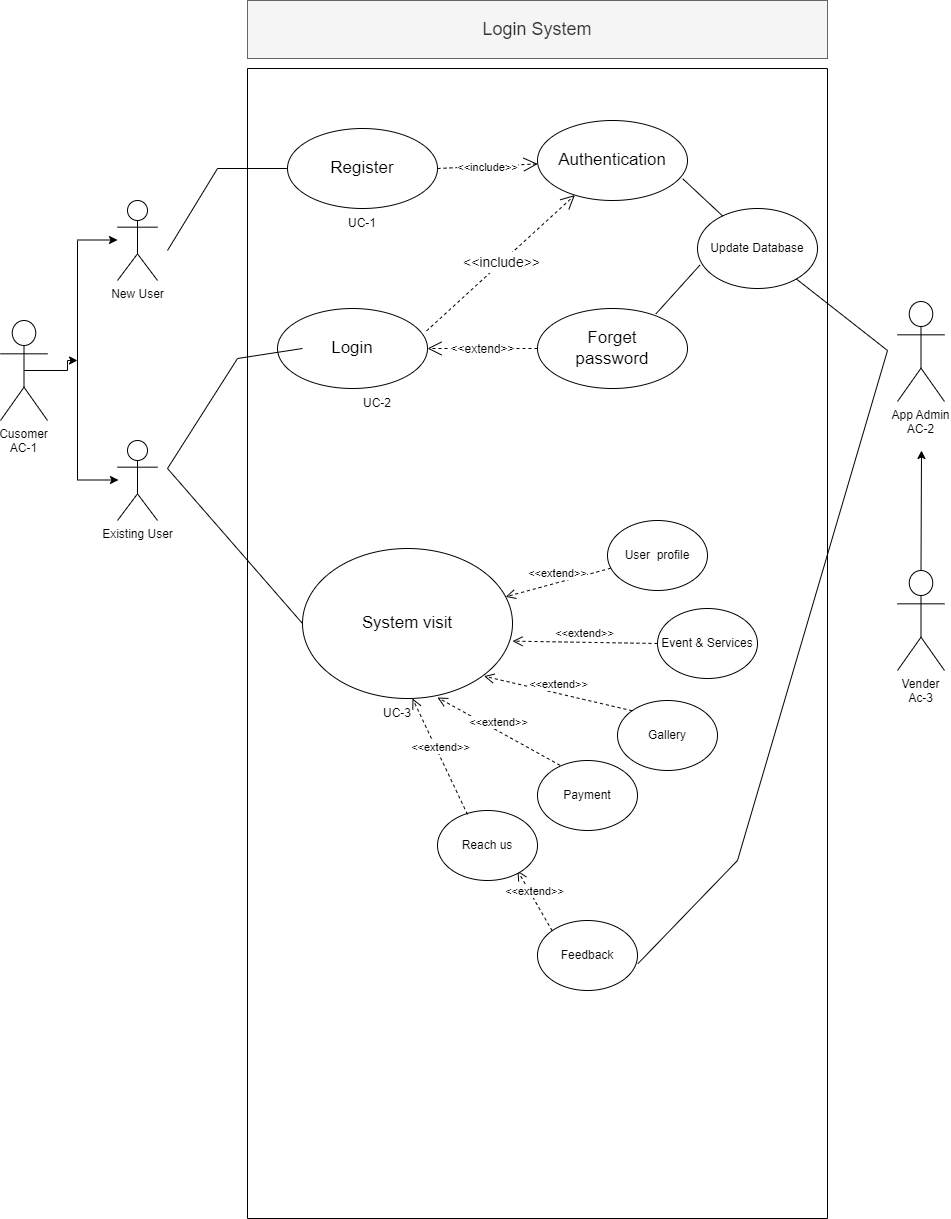
Above: Login_form.drawio.png in BhavishyaBhojwani/Event-Management-System (draw.io), before the change. Source tidied: cells renumbered, new cells last; positions are measured from the earlier drawing's top-left corner, leaving out a move shared by most shapes. Source of this version:
```xml
<mxGraphModel>
  <root>
    <mxCell id="0" />
    <mxCell id="1" parent="0" />
    <mxCell id="2" style="edgeStyle=orthogonalEdgeStyle;rounded=0;jettySize=auto;html=1;exitX=0.5;exitY=0.5;exitDx=0;exitDy=0;exitPerimeter=0;" parent="1" edge="1" source="3">
      <mxGeometry relative="1" as="geometry">
        <mxPoint x="77" y="360" as="targetPoint" />
      </mxGeometry>
    </mxCell>
    <mxCell id="3" value="Cusomer&#10;AC-1&#10;" style="shape=umlActor;verticalLabelPosition=bottom;verticalAlign=top;outlineConnect=0;" parent="1" vertex="1">
      <mxGeometry y="320" width="47" height="100" as="geometry" />
    </mxCell>
    <mxCell id="4" value="New User" style="shape=umlActor;verticalLabelPosition=bottom;verticalAlign=top;html=1;" parent="1" vertex="1">
      <mxGeometry x="117" y="200" width="40" height="80" as="geometry" />
    </mxCell>
    <mxCell id="5" value="Existing User" style="shape=umlActor;verticalLabelPosition=bottom;verticalAlign=top;html=1;" parent="1" vertex="1">
      <mxGeometry x="117" y="440" width="40" height="80" as="geometry" />
    </mxCell>
    <mxCell id="6" style="endArrow=none;html=1;rounded=0;" parent="1" edge="1">
      <mxGeometry relative="1" as="geometry">
        <mxPoint x="77" y="480" as="sourcePoint" />
        <mxPoint x="77" y="240" as="targetPoint" />
      </mxGeometry>
    </mxCell>
    <mxCell id="7" style="endArrow=classic;html=1;rounded=0;" parent="1" edge="1">
      <mxGeometry relative="1" as="geometry">
        <mxPoint x="77" y="239.5" as="sourcePoint" />
        <mxPoint x="117" y="239.5" as="targetPoint" />
      </mxGeometry>
    </mxCell>
    <mxCell id="8" style="endArrow=classic;html=1;rounded=0;" parent="1" edge="1">
      <mxGeometry relative="1" as="geometry">
        <mxPoint x="78" y="479.5" as="sourcePoint" />
        <mxPoint x="118" y="479.5" as="targetPoint" />
      </mxGeometry>
    </mxCell>
    <mxCell id="9" style="swimlane;whiteSpace=wrap;html=1;align=center;startSize=0;" parent="1" vertex="1">
      <mxGeometry x="247" y="68" width="580" height="1150" as="geometry" />
    </mxCell>
    <mxCell id="10" value="Register" style="ellipse;whiteSpace=wrap;html=1;fontSize=17;" parent="9" vertex="1">
      <mxGeometry x="40" y="60" width="150" height="80" as="geometry" />
    </mxCell>
    <mxCell id="11" value="Login" style="ellipse;whiteSpace=wrap;html=1;fontSize=17;" parent="9" vertex="1">
      <mxGeometry x="30" y="240" width="150" height="80" as="geometry" />
    </mxCell>
    <mxCell id="12" value="Authentication" style="ellipse;whiteSpace=wrap;html=1;fontSize=17;" parent="9" vertex="1">
      <mxGeometry x="290" y="52" width="150" height="80" as="geometry" />
    </mxCell>
    <mxCell id="13" value="Forget&lt;br&gt;password" style="ellipse;whiteSpace=wrap;html=1;fontSize=17;" parent="9" vertex="1">
      <mxGeometry x="290" y="240" width="150" height="80" as="geometry" />
    </mxCell>
    <mxCell id="14" value="&lt;font style=&quot;font-size: 14px;&quot;&gt;&amp;lt;&amp;lt;include&amp;gt;&amp;gt;&lt;/font&gt;" style="endArrow=open;endSize=12;dashed=1;html=1;rounded=0;fontSize=17;exitX=0.994;exitY=0.28;exitDx=0;exitDy=0;exitPerimeter=0;" parent="9" edge="1" source="11" target="12">
      <mxGeometry relative="1" as="geometry" />
    </mxCell>
    <mxCell id="15" value="&lt;font style=&quot;font-size: 11px;&quot;&gt;&amp;lt;&amp;lt;include&amp;gt;&amp;gt;&lt;/font&gt;" style="endArrow=open;endSize=12;dashed=1;html=1;rounded=0;fontSize=17;exitX=1;exitY=0.5;exitDx=0;exitDy=0;" parent="9" edge="1" source="10" target="12">
      <mxGeometry relative="1" as="geometry" />
    </mxCell>
    <mxCell id="16" value="&lt;font style=&quot;font-size: 12px;&quot;&gt;&amp;lt;&amp;lt;extend&amp;gt;&amp;gt;&lt;/font&gt;" style="endArrow=open;endSize=12;dashed=1;html=1;rounded=0;fontSize=17;entryX=1;entryY=0.5;entryDx=0;entryDy=0;exitX=0;exitY=0.5;exitDx=0;exitDy=0;" parent="9" edge="1" source="13" target="11">
      <mxGeometry relative="1" as="geometry" />
    </mxCell>
    <mxCell id="17" style="endArrow=none;html=1;rounded=0;fontSize=17;" parent="9" edge="1">
      <mxGeometry relative="1" as="geometry">
        <mxPoint x="-80" y="182" as="sourcePoint" />
        <mxPoint x="40" y="100" as="targetPoint" />
        <Array as="points">
          <mxPoint x="-30" y="100" />
        </Array>
      </mxGeometry>
    </mxCell>
    <mxCell id="18" style="endArrow=none;html=1;rounded=0;fontSize=17;exitX=0;exitY=0.5;exitDx=0;exitDy=0;" parent="9" edge="1" source="19">
      <mxGeometry relative="1" as="geometry">
        <mxPoint x="55" y="280" as="targetPoint" />
        <Array as="points">
          <mxPoint x="-80" y="400" />
          <mxPoint x="-10" y="290" />
        </Array>
      </mxGeometry>
    </mxCell>
    <mxCell id="19" value="System visit" style="ellipse;whiteSpace=wrap;html=1;fontSize=17;" parent="9" vertex="1">
      <mxGeometry x="55" y="480" width="210" height="150" as="geometry" />
    </mxCell>
    <mxCell id="20" style="endArrow=none;html=1;rounded=0;exitX=0;exitY=0.5;exitDx=0;exitDy=0;" parent="9" edge="1">
      <mxGeometry relative="1" as="geometry">
        <mxPoint x="56" y="555" as="sourcePoint" />
        <mxPoint x="56" y="555" as="targetPoint" />
      </mxGeometry>
    </mxCell>
    <mxCell id="21" value="&amp;lt;&amp;lt;extend&amp;gt;&amp;gt;" style="html=1;verticalAlign=bottom;endArrow=open;dashed=1;endSize=8;rounded=0;" parent="9" edge="1" source="22" target="19">
      <mxGeometry relative="1" as="geometry" />
    </mxCell>
    <mxCell id="22" value="User&amp;nbsp; profile" style="ellipse;whiteSpace=wrap;html=1;" parent="9" vertex="1">
      <mxGeometry x="360" y="452" width="100" height="70" as="geometry" />
    </mxCell>
    <mxCell id="23" value="Event &amp;amp; Services" style="ellipse;whiteSpace=wrap;html=1;" parent="9" vertex="1">
      <mxGeometry x="410" y="540" width="100" height="70" as="geometry" />
    </mxCell>
    <mxCell id="24" value="Gallery" style="ellipse;whiteSpace=wrap;html=1;" parent="9" vertex="1">
      <mxGeometry x="370" y="632" width="100" height="70" as="geometry" />
    </mxCell>
    <mxCell id="25" value="Payment" style="ellipse;whiteSpace=wrap;html=1;" parent="9" vertex="1">
      <mxGeometry x="290" y="692" width="100" height="70" as="geometry" />
    </mxCell>
    <mxCell id="26" value="&amp;lt;&amp;lt;extend&amp;gt;&amp;gt;" style="html=1;verticalAlign=bottom;endArrow=open;dashed=1;endSize=8;rounded=0;exitX=0;exitY=0.5;exitDx=0;exitDy=0;" parent="9" edge="1" source="23">
      <mxGeometry relative="1" as="geometry">
        <mxPoint x="265" y="572.6" as="targetPoint" />
      </mxGeometry>
    </mxCell>
    <mxCell id="27" value="&amp;lt;&amp;lt;extend&amp;gt;&amp;gt;" style="html=1;verticalAlign=bottom;endArrow=open;dashed=1;endSize=8;rounded=0;exitX=0;exitY=0;exitDx=0;exitDy=0;" parent="9" edge="1" source="24">
      <mxGeometry relative="1" as="geometry">
        <mxPoint x="236.5" y="607.6" as="targetPoint" />
      </mxGeometry>
    </mxCell>
    <mxCell id="28" value="&amp;lt;&amp;lt;extend&amp;gt;&amp;gt;" style="html=1;verticalAlign=bottom;endArrow=open;dashed=1;endSize=8;rounded=0;exitX=0.226;exitY=0.069;exitDx=0;exitDy=0;exitPerimeter=0;" parent="9" edge="1" source="25">
      <mxGeometry relative="1" as="geometry">
        <mxPoint x="190" y="629" as="targetPoint" />
      </mxGeometry>
    </mxCell>
    <mxCell id="29" value="Feedback" style="ellipse;whiteSpace=wrap;html=1;" parent="9" vertex="1">
      <mxGeometry x="290" y="852" width="100" height="70" as="geometry" />
    </mxCell>
    <mxCell id="30" value="&amp;lt;&amp;lt;extend&amp;gt;&amp;gt;" style="html=1;verticalAlign=bottom;endArrow=open;dashed=1;endSize=8;rounded=0;exitX=0;exitY=0;exitDx=0;exitDy=0;" parent="9" edge="1" source="29">
      <mxGeometry relative="1" as="geometry">
        <mxPoint x="270" y="802" as="targetPoint" />
      </mxGeometry>
    </mxCell>
    <mxCell id="31" value="UC-1" style="text;html=1;strokeColor=none;fillColor=none;align=center;verticalAlign=middle;whiteSpace=wrap;rounded=0;" parent="9" vertex="1">
      <mxGeometry x="85" y="140" width="60" height="30" as="geometry" />
    </mxCell>
    <mxCell id="32" value="UC-2" style="text;html=1;strokeColor=none;fillColor=none;align=center;verticalAlign=middle;whiteSpace=wrap;rounded=0;" parent="9" vertex="1">
      <mxGeometry x="100" y="320" width="60" height="30" as="geometry" />
    </mxCell>
    <mxCell id="33" value="UC-3" style="text;html=1;strokeColor=none;fillColor=none;align=center;verticalAlign=middle;whiteSpace=wrap;rounded=0;" parent="9" vertex="1">
      <mxGeometry x="120" y="630" width="60" height="30" as="geometry" />
    </mxCell>
    <mxCell id="34" value="Reach us" style="ellipse;whiteSpace=wrap;html=1;" parent="9" vertex="1">
      <mxGeometry x="190" y="742" width="100" height="70" as="geometry" />
    </mxCell>
    <mxCell id="35" value="&amp;lt;&amp;lt;extend&amp;gt;&amp;gt;" style="html=1;verticalAlign=bottom;endArrow=open;dashed=1;endSize=8;rounded=0;exitX=0.3;exitY=0.057;exitDx=0;exitDy=0;entryX=0.75;entryY=0;entryDx=0;entryDy=0;exitPerimeter=0;" parent="9" edge="1" source="34" target="33">
      <mxGeometry relative="1" as="geometry" />
    </mxCell>
    <mxCell id="36" value="Update Database" style="ellipse;whiteSpace=wrap;html=1;" parent="9" vertex="1">
      <mxGeometry x="450" y="140" width="120" height="80" as="geometry" />
    </mxCell>
    <mxCell id="37" style="endArrow=none;html=1;rounded=0;entryX=0.02;entryY=0.708;entryDx=0;entryDy=0;entryPerimeter=0;exitX=0.789;exitY=0.068;exitDx=0;exitDy=0;exitPerimeter=0;" parent="9" edge="1" source="13" target="36">
      <mxGeometry relative="1" as="geometry" />
    </mxCell>
    <mxCell id="38" style="endArrow=none;html=1;rounded=0;exitX=0.968;exitY=0.728;exitDx=0;exitDy=0;exitPerimeter=0;" parent="9" edge="1" source="12" target="36">
      <mxGeometry relative="1" as="geometry" />
    </mxCell>
    <mxCell id="39" value="App Admin&#10;AC-2" style="shape=umlActor;verticalLabelPosition=bottom;verticalAlign=top;" parent="1" vertex="1">
      <mxGeometry x="897" y="301" width="47" height="100" as="geometry" />
    </mxCell>
    <mxCell id="40" value="Vender&#10;Ac-3" style="shape=umlActor;verticalLabelPosition=bottom;verticalAlign=top;" parent="1" vertex="1">
      <mxGeometry x="897" y="570" width="47" height="100" as="geometry" />
    </mxCell>
    <mxCell id="41" style="endArrow=classic;html=1;rounded=0;exitX=0.5;exitY=0;exitDx=0;exitDy=0;exitPerimeter=0;" parent="1" edge="1">
      <mxGeometry relative="1" as="geometry">
        <mxPoint x="920.5" y="570" as="sourcePoint" />
        <mxPoint x="921" y="450" as="targetPoint" />
      </mxGeometry>
    </mxCell>
    <mxCell id="42" style="endArrow=none;html=1;rounded=0;exitX=1.004;exitY=0.617;exitDx=0;exitDy=0;exitPerimeter=0;" parent="1" edge="1" source="29">
      <mxGeometry relative="1" as="geometry">
        <mxPoint x="887" y="350" as="targetPoint" />
        <Array as="points">
          <mxPoint x="737" y="860" />
        </Array>
      </mxGeometry>
    </mxCell>
    <mxCell id="43" value="Login System" style="text;html=1;strokeColor=#666666;fillColor=#f5f5f5;align=center;verticalAlign=middle;whiteSpace=wrap;rounded=0;fontSize=18;fontColor=#333333;" parent="1" vertex="1">
      <mxGeometry x="247" width="580" height="58" as="geometry" />
    </mxCell>
    <mxCell id="44" style="endArrow=none;html=1;rounded=0;" parent="1" edge="1" source="36">
      <mxGeometry relative="1" as="geometry">
        <mxPoint x="887" y="350" as="targetPoint" />
      </mxGeometry>
    </mxCell>
  </root>
</mxGraphModel>
```
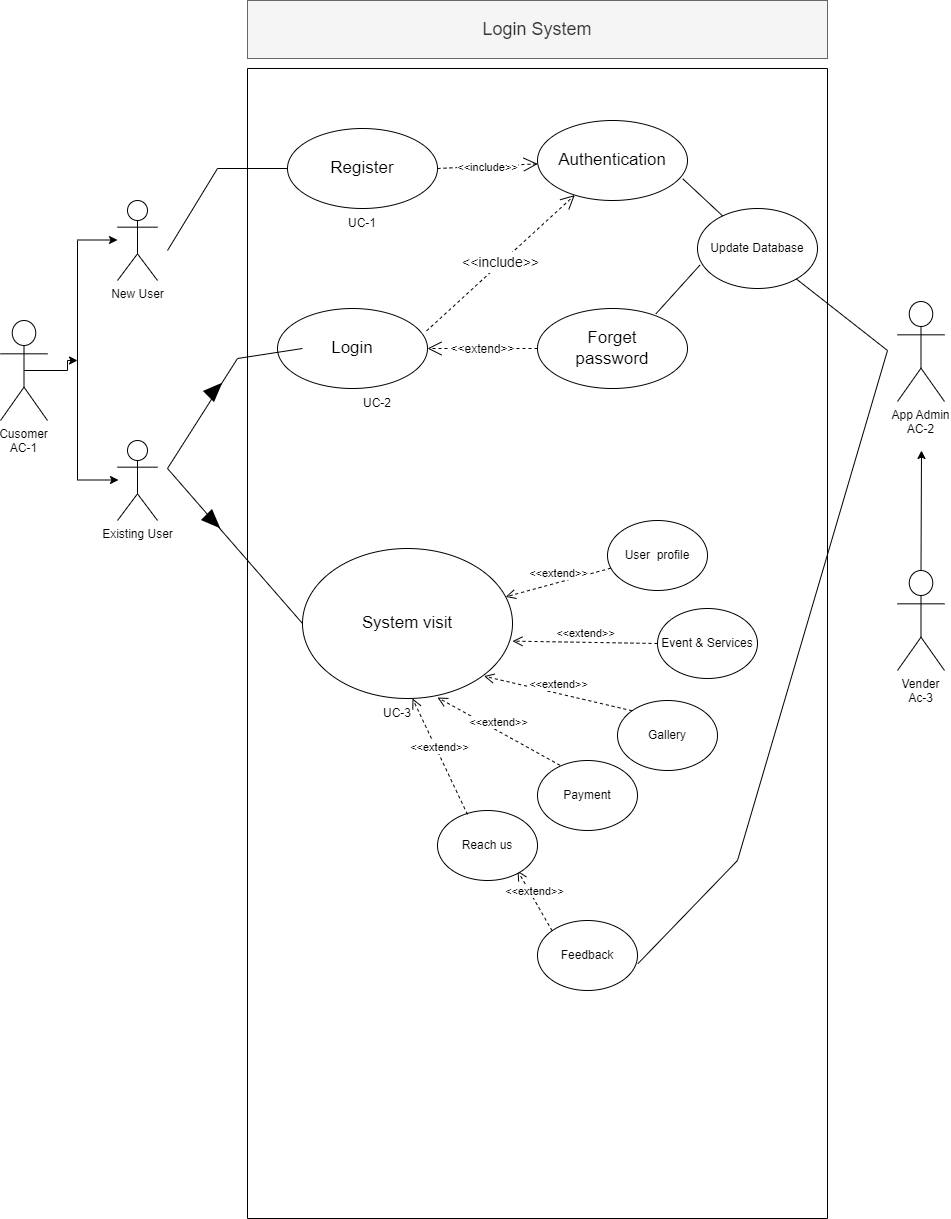
After the change.

Diff of the diagram source:
```diff
@@ -147,6 +147,12 @@
     <mxCell id="38" style="endArrow=none;html=1;rounded=0;exitX=0.968;exitY=0.728;exitDx=0;exitDy=0;exitPerimeter=0;" parent="9" edge="1" source="12" target="36">
       <mxGeometry relative="1" as="geometry" />
     </mxCell>
+    <mxCell id="45" style="shape=mxgraph.arrows2.wedgeArrow;html=1;startWidth=5.675675675675674;fillColor=strokeColor;defaultFillColor=invert;defaultGradientColor=invert;rounded=0;strokeWidth=3;fontSize=13;" parent="9" edge="1">
+      <mxGeometry relative="1" as="geometry">
+        <mxPoint x="-40" y="447" as="sourcePoint" />
+        <mxPoint x="-30" y="457" as="targetPoint" />
+      </mxGeometry>
+    </mxCell>
     <mxCell id="39" value="App Admin&#10;AC-2" style="shape=umlActor;verticalLabelPosition=bottom;verticalAlign=top;" parent="1" vertex="1">
       <mxGeometry x="897" y="301" width="47" height="100" as="geometry" />
     </mxCell>
@@ -175,5 +181,11 @@
         <mxPoint x="887" y="350" as="targetPoint" />
       </mxGeometry>
     </mxCell>
+    <mxCell id="46" style="shape=mxgraph.arrows2.wedgeArrow;html=1;startWidth=5.675675675675674;fillColor=strokeColor;defaultFillColor=invert;defaultGradientColor=invert;rounded=0;strokeWidth=3;fontSize=13;" parent="1" edge="1">
+      <mxGeometry relative="1" as="geometry">
+        <mxPoint x="209" y="395" as="sourcePoint" />
+        <mxPoint x="219" y="385" as="targetPoint" />
+      </mxGeometry>
+    </mxCell>
   </root>
 </mxGraphModel>
```
